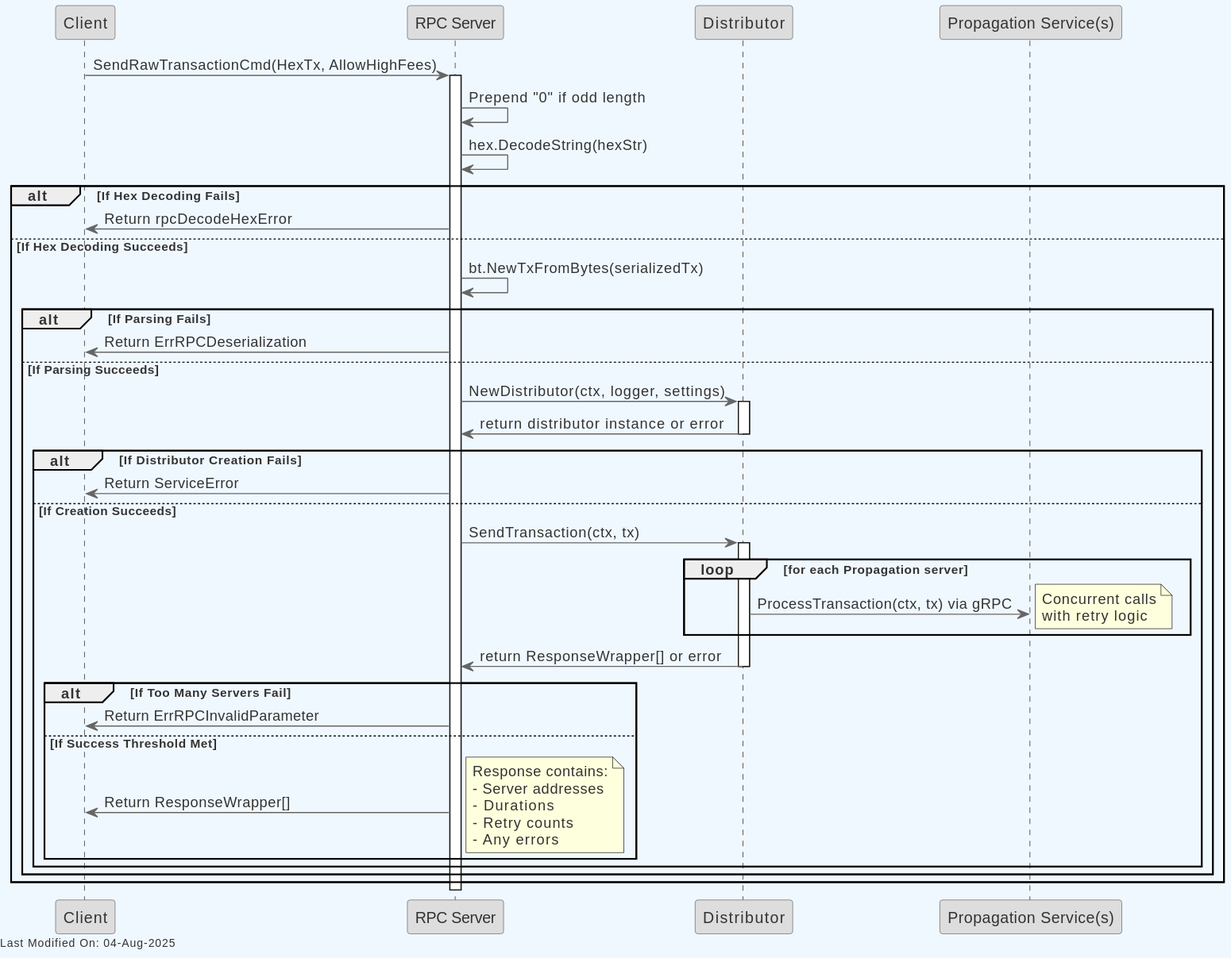
Earlier version of the PlantUML export topics/services/img/plantuml/rpc/rpc-send-raw-transaction.svg (rid3thespiral/teranode).
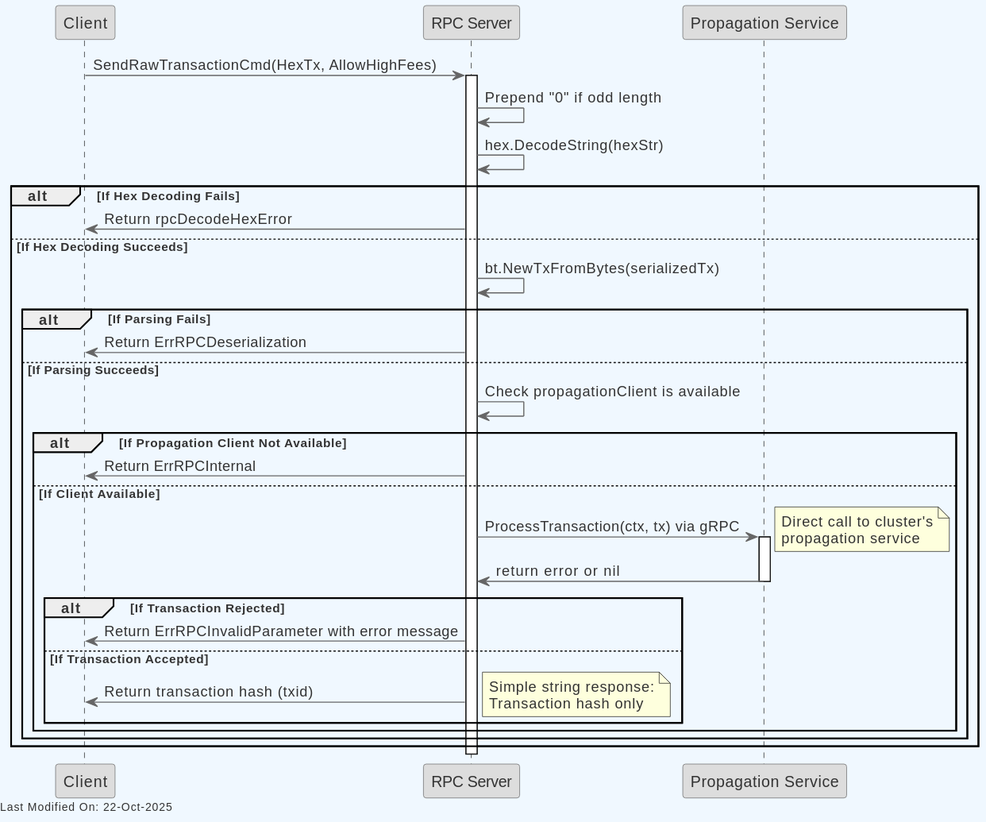
The same file after the commit.

The edit, as a diff of the source:
```diff
@@ -22,8 +22,7 @@
 
 participant Client
 participant "RPC Server" as RPC
-participant "Distributor" as Distributor
-participant "Propagation Service(s)" as Propagation
+participant "Propagation Service" as Propagation
 
 Client -> RPC : SendRawTransactionCmd(HexTx, AllowHighFees)
 activate RPC
@@ -39,33 +38,24 @@
     alt If Parsing Fails
         RPC -> Client : Return ErrRPCDeserialization
     else If Parsing Succeeds
-        RPC -> Distributor : NewDistributor(ctx, logger, settings)
-        activate Distributor
-        Distributor -> RPC : return distributor instance or error
-        deactivate Distributor
+        RPC -> RPC : Check propagationClient is available
 
-        alt If Distributor Creation Fails
-            RPC -> Client : Return ServiceError
-        else If Creation Succeeds
-            RPC -> Distributor : SendTransaction(ctx, tx)
-            activate Distributor
-            loop for each Propagation server
-                Distributor -> Propagation : ProcessTransaction(ctx, tx) via gRPC
-                note right: Concurrent calls\nwith retry logic
-            end
-            Distributor -> RPC : return ResponseWrapper[] or error
-            deactivate Distributor
+        alt If Propagation Client Not Available
+            RPC -> Client : Return ErrRPCInternal
+        else If Client Available
+            RPC -> Propagation : ProcessTransaction(ctx, tx) via gRPC
+            activate Propagation
+            note right: Direct call to cluster's\npropagation service
+            Propagation -> RPC : return error or nil
+            deactivate Propagation
 
-            alt If Too Many Servers Fail
-                RPC -> Client : Return ErrRPCInvalidParameter
-            else If Success Threshold Met
-                RPC -> Client : Return ResponseWrapper[]
+            alt If Transaction Rejected
+                RPC -> Client : Return ErrRPCInvalidParameter with error message
+            else If Transaction Accepted
+                RPC -> Client : Return transaction hash (txid)
                 note right
-                Response contains:
-                - Server addresses
-                - Durations
-                - Retry counts
-                - Any errors
+                Simple string response:
+                Transaction hash only
                 end note
             end
         end
```
